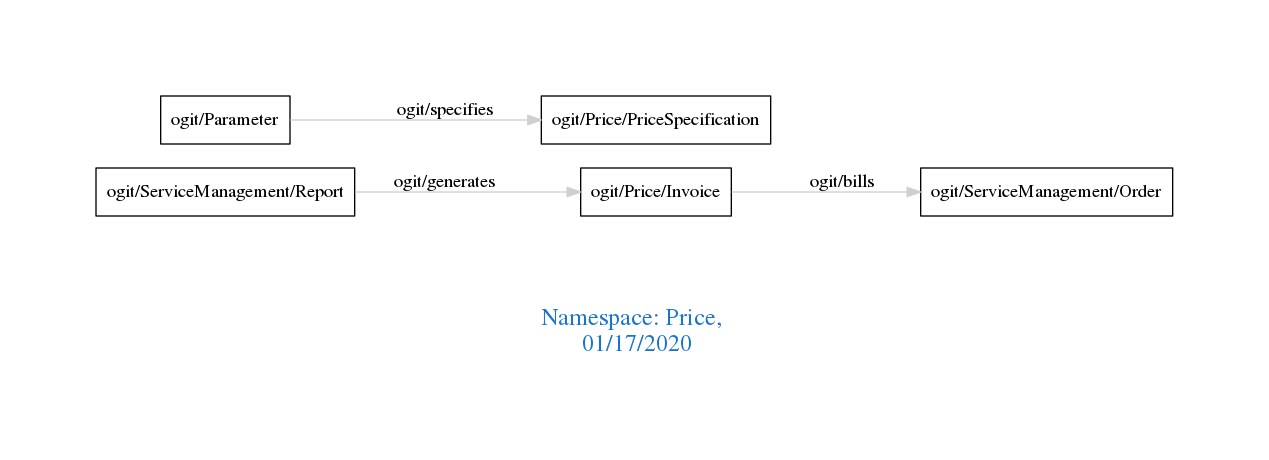
Before: downloads/Price.png, a diagram exported from Graphviz (arago/OGIT). Its source is kept beside it as downloads/Price.dot.
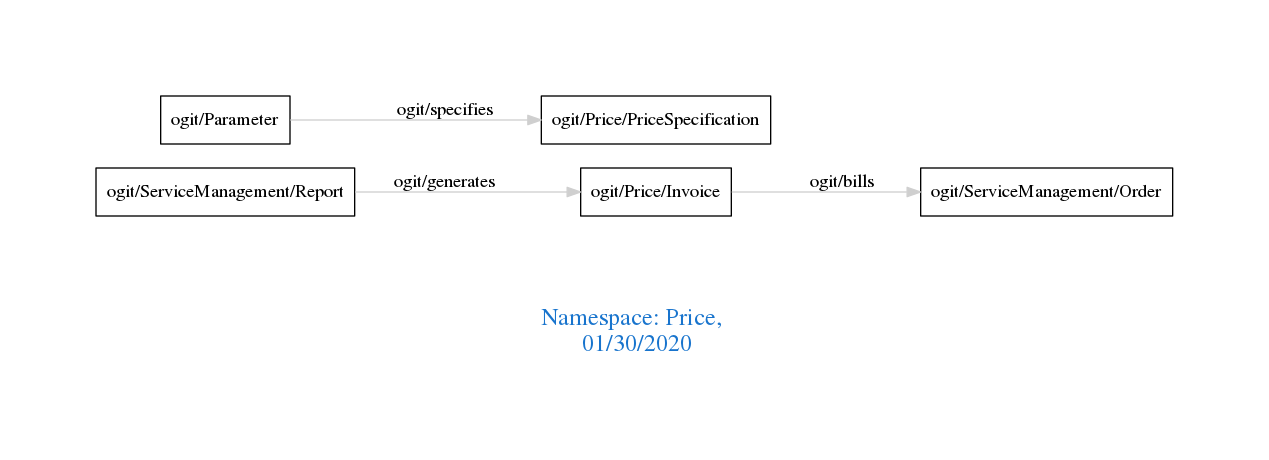
Above is the later version.

Change to the diagram source:
```diff
@@ -1,7 +1,7 @@
 digraph OGIT_ontology {
  graph [ rankdir= LR,pad=1
 fontsize = 18,
-fontcolor= dodgerblue3,label = "\n\n\nNamespace: Price, \n 01/17/2020"];
+fontcolor= dodgerblue3,label = "\n\n\nNamespace: Price, \n 01/30/2020"];
 node[shape=polygon];
 edge [  color="gray81"];
 
```
